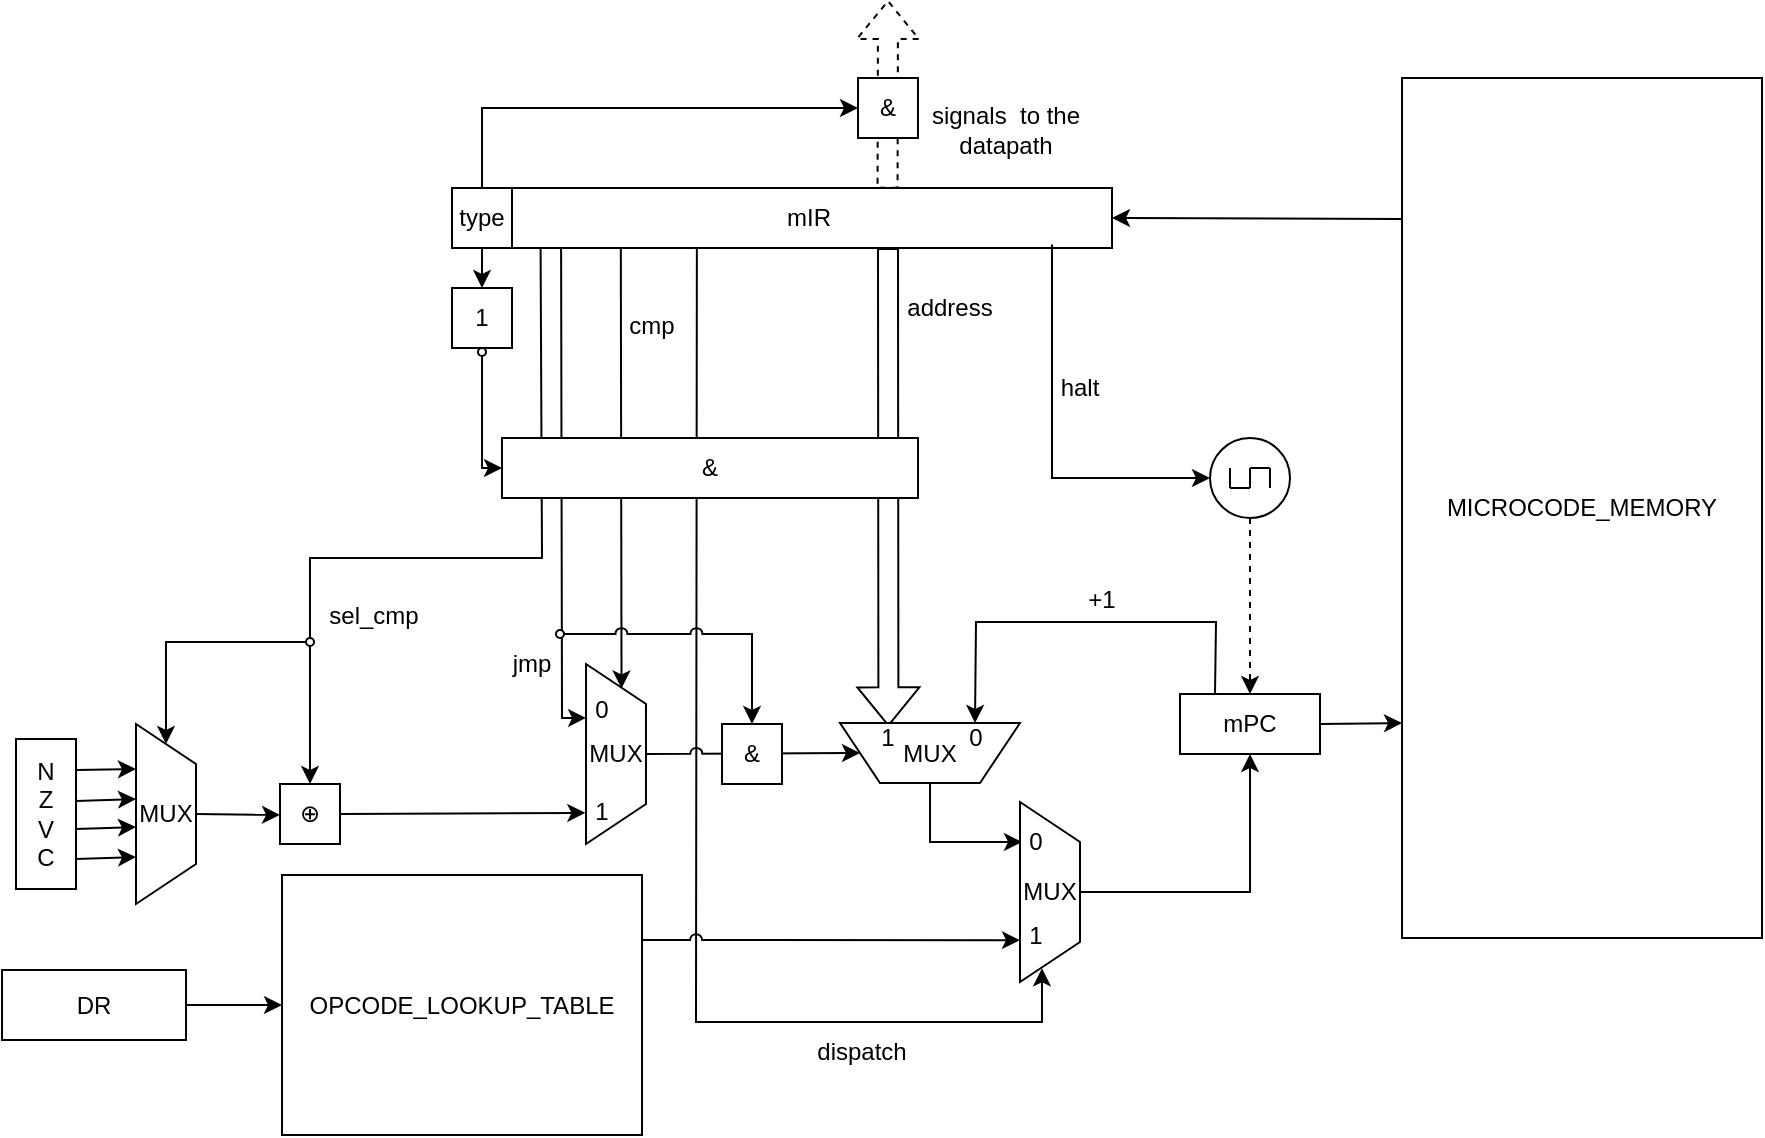
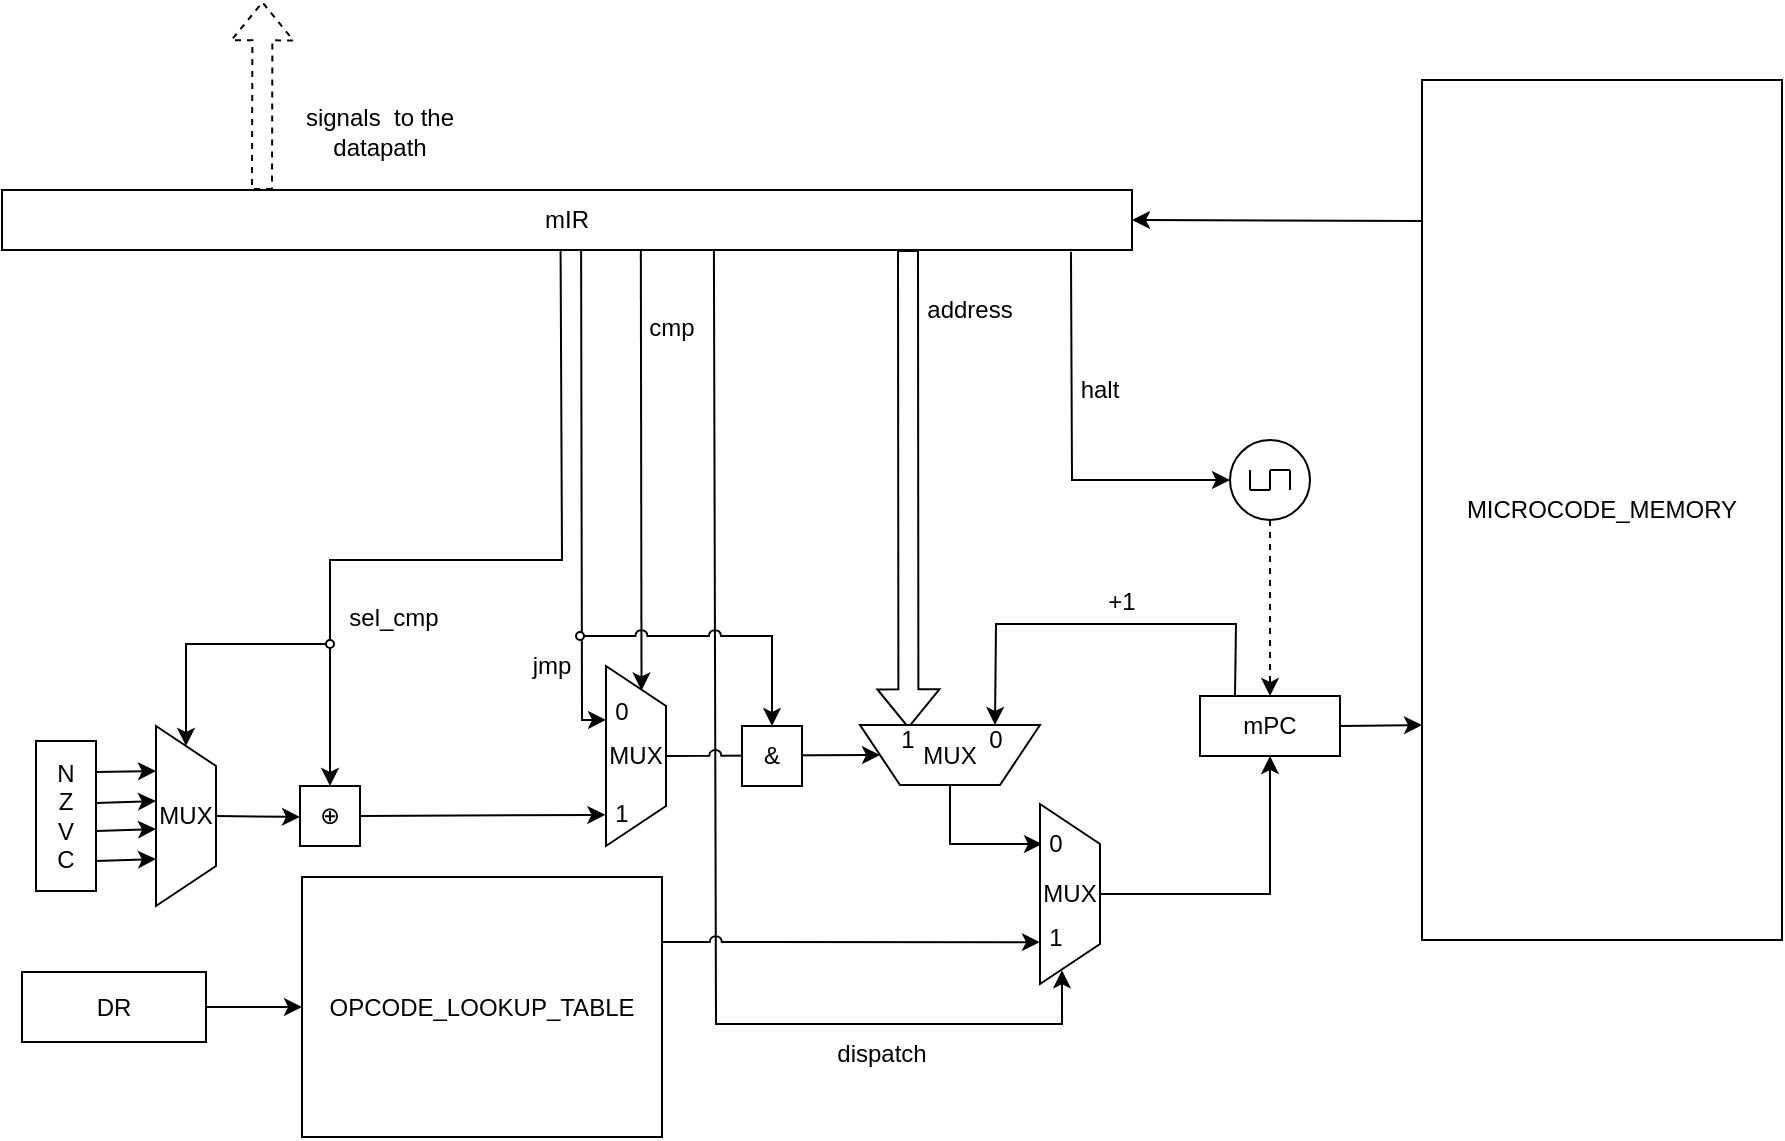
<mxfile host="Electron" agent="Mozilla/5.0 (X11; Linux x86_64) AppleWebKit/537.36 (KHTML, like Gecko) Chrome/136.0.0.0 Safari/537.36">
  <diagram name="Страница — 1" id="IUHHUsOvhiQDS1XtrzDv">
-     <mxGraphModel dx="1898" dy="1812" grid="1" gridSize="10" guides="1" tooltips="1" connect="1" arrows="1" fold="1" page="1" pageScale="1" pageWidth="827" pageHeight="1169" math="0" shadow="0">
+     <mxGraphModel dx="1787" dy="1746" grid="1" gridSize="10" guides="1" tooltips="1" connect="1" arrows="1" fold="1" page="1" pageScale="1" pageWidth="827" pageHeight="1169" math="0" shadow="0">
      <root>
        <mxCell id="0" />
        <mxCell id="1" parent="0" />
        <mxCell id="UMDEijwKjBP0KrCOsV-c-69" edge="1" parent="1" style="endArrow=classic;html=1;rounded=0;entryX=0.102;entryY=0.649;entryDx=0;entryDy=0;entryPerimeter=0;exitX=0.137;exitY=1.015;exitDx=0;exitDy=0;exitPerimeter=0;" target="UMDEijwKjBP0KrCOsV-c-86" value="">
          <mxGeometry height="50" relative="1" width="50" as="geometry">
            <Array as="points">
              <mxPoint x="80" y="-750" />
            </Array>
            <mxPoint x="79.55236999999966" y="-984.5500000000001" as="sourcePoint" />
            <mxPoint x="84" y="-864.5" as="targetPoint" />
          </mxGeometry>
        </mxCell>
-         <mxCell id="UMDEijwKjBP0KrCOsV-c-75" edge="1" parent="1" source="UMDEijwKjBP0KrCOsV-c-3" style="endArrow=classic;html=1;rounded=0;exitX=0.315;exitY=0.965;exitDx=0;exitDy=0;exitPerimeter=0;entryX=0.649;entryY=1.038;entryDx=0;entryDy=0;entryPerimeter=0;" target="UMDEijwKjBP0KrCOsV-c-89" value="">
+         <mxCell id="UMDEijwKjBP0KrCOsV-c-75" edge="1" parent="1" source="UMDEijwKjBP0KrCOsV-c-3" style="endArrow=classic;html=1;rounded=0;exitX=0.63;exitY=0.967;exitDx=0;exitDy=0;exitPerimeter=0;entryX=0.649;entryY=1.038;entryDx=0;entryDy=0;entryPerimeter=0;" target="UMDEijwKjBP0KrCOsV-c-89" value="">
          <mxGeometry height="50" relative="1" width="50" as="geometry">
            <Array as="points">
              <mxPoint x="147" y="-598" />
              <mxPoint x="320" y="-598" />
            </Array>
            <mxPoint x="146.98329999999987" y="-803" as="sourcePoint" />
            <mxPoint x="322.0000000000002" y="-559.08" as="targetPoint" />
          </mxGeometry>
        </mxCell>
        <mxCell id="UMDEijwKjBP0KrCOsV-c-66" edge="1" parent="1" style="endArrow=classic;html=1;rounded=0;exitX=0.091;exitY=1.013;exitDx=0;exitDy=0;exitPerimeter=0;entryX=0.5;entryY=0;entryDx=0;entryDy=0;movable=1;resizable=1;rotatable=1;deletable=1;editable=1;locked=0;connectable=1;" target="UMDEijwKjBP0KrCOsV-c-55" value="">
          <mxGeometry height="50" relative="1" width="50" as="geometry">
            <Array as="points">
              <mxPoint x="70" y="-830" />
              <mxPoint x="-46" y="-830" />
            </Array>
            <mxPoint x="69.29390999999987" y="-984.61" as="sourcePoint" />
            <mxPoint x="119" y="-910" as="targetPoint" />
          </mxGeometry>
        </mxCell>
        <mxCell id="UMDEijwKjBP0KrCOsV-c-38" edge="1" parent="1" style="endArrow=classic;html=1;rounded=0;exitX=0.105;exitY=0.998;exitDx=0;exitDy=0;exitPerimeter=0;entryX=0.136;entryY=0.408;entryDx=0;entryDy=0;entryPerimeter=0;" target="UMDEijwKjBP0KrCOsV-c-52" value="">
          <mxGeometry height="50" relative="1" width="50" as="geometry">
            <mxPoint x="109.41604999999981" y="-985.06" as="sourcePoint" />
            <mxPoint x="109" y="-890" as="targetPoint" />
          </mxGeometry>
        </mxCell>
        <mxCell id="UMDEijwKjBP0KrCOsV-c-1" parent="1" style="whiteSpace=wrap;html=1;" value="mPC" vertex="1">
          <mxGeometry height="30" width="70" x="389" y="-762" as="geometry" />
        </mxCell>
        <mxCell id="UMDEijwKjBP0KrCOsV-c-2" parent="1" style="rounded=0;whiteSpace=wrap;html=1;" value="MICROCODE_MEMORY" vertex="1">
          <mxGeometry height="430" width="180" x="500" y="-1070" as="geometry" />
        </mxCell>
        <mxCell id="UMDEijwKjBP0KrCOsV-c-3" parent="1" style="whiteSpace=wrap;html=1;" value="mIR" vertex="1">
-           <mxGeometry height="30" width="303.01" x="51.99" y="-1015" as="geometry" />
+           <mxGeometry height="30" width="565" x="-210" y="-1015" as="geometry" />
        </mxCell>
        <mxCell id="UMDEijwKjBP0KrCOsV-c-4" edge="1" parent="1" source="UMDEijwKjBP0KrCOsV-c-2" style="endArrow=classic;html=1;rounded=0;exitX=0.003;exitY=0.164;exitDx=0;exitDy=0;entryX=1;entryY=0.5;entryDx=0;entryDy=0;exitPerimeter=0;" target="UMDEijwKjBP0KrCOsV-c-3" value="">
          <mxGeometry height="50" relative="1" width="50" as="geometry">
            <mxPoint x="410" y="-950" as="sourcePoint" />
            <mxPoint x="460" y="-1000" as="targetPoint" />
          </mxGeometry>
        </mxCell>
        <mxCell id="UMDEijwKjBP0KrCOsV-c-5" edge="1" parent="1" source="UMDEijwKjBP0KrCOsV-c-1" style="endArrow=classic;html=1;rounded=0;exitX=1;exitY=0.5;exitDx=0;exitDy=0;entryX=0;entryY=0.75;entryDx=0;entryDy=0;" target="UMDEijwKjBP0KrCOsV-c-2" value="">
          <mxGeometry height="50" relative="1" width="50" as="geometry">
            <mxPoint x="350" y="-840" as="sourcePoint" />
            <mxPoint x="400" y="-890" as="targetPoint" />
          </mxGeometry>
        </mxCell>
        <mxCell id="UMDEijwKjBP0KrCOsV-c-7" edge="1" parent="1" style="shape=flexArrow;endArrow=classic;html=1;rounded=0;exitX=0.842;exitY=0.011;exitDx=0;exitDy=0;dashed=1;exitPerimeter=0;" value="">
          <mxGeometry height="50" relative="1" width="50" as="geometry">
-             <mxPoint x="242.7744200000002" y="-1014.6700000000001" as="sourcePoint" />
-             <mxPoint x="243" y="-1109" as="targetPoint" />
+             <mxPoint x="-79.99557999999982" y="-1015.0000000000001" as="sourcePoint" />
+             <mxPoint x="-79.77000000000001" y="-1109.33" as="targetPoint" />
          </mxGeometry>
        </mxCell>
        <mxCell id="UMDEijwKjBP0KrCOsV-c-8" parent="1" style="text;html=1;whiteSpace=wrap;strokeColor=none;fillColor=none;align=center;verticalAlign=middle;rounded=0;" value="signals&amp;nbsp; to the datapath" vertex="1">
-           <mxGeometry height="30" width="106" x="249" y="-1059" as="geometry" />
-         </mxCell>
-         <mxCell id="UMDEijwKjBP0KrCOsV-c-21" parent="1" style="whiteSpace=wrap;html=1;" value="type" vertex="1">
-           <mxGeometry height="30" width="30" x="25" y="-1015" as="geometry" />
-         </mxCell>
-         <mxCell id="UMDEijwKjBP0KrCOsV-c-22" edge="1" parent="1" source="UMDEijwKjBP0KrCOsV-c-21" style="endArrow=classic;html=1;rounded=0;exitX=0.5;exitY=1;exitDx=0;exitDy=0;entryX=0.5;entryY=0;entryDx=0;entryDy=0;" target="UMDEijwKjBP0KrCOsV-c-28" value="">
-           <mxGeometry height="50" relative="1" width="50" as="geometry">
-             <mxPoint x="-42" y="-985" as="sourcePoint" />
-             <mxPoint x="40" y="-950" as="targetPoint" />
-           </mxGeometry>
-         </mxCell>
-         <mxCell id="UMDEijwKjBP0KrCOsV-c-24" parent="1" style="whiteSpace=wrap;html=1;" value="&amp;amp;" vertex="1">
-           <mxGeometry height="30" width="30" x="228" y="-1070" as="geometry" />
-         </mxCell>
-         <mxCell id="UMDEijwKjBP0KrCOsV-c-25" edge="1" parent="1" source="UMDEijwKjBP0KrCOsV-c-21" style="endArrow=classic;html=1;rounded=0;exitX=0.5;exitY=0;exitDx=0;exitDy=0;entryX=0;entryY=0.5;entryDx=0;entryDy=0;" target="UMDEijwKjBP0KrCOsV-c-24" value="">
-           <mxGeometry height="50" relative="1" width="50" as="geometry">
-             <Array as="points">
-               <mxPoint x="40" y="-1055" />
-             </Array>
-             <mxPoint x="260" y="-1030" as="sourcePoint" />
-             <mxPoint x="260" y="-985" as="targetPoint" />
-           </mxGeometry>
-         </mxCell>
-         <mxCell id="UMDEijwKjBP0KrCOsV-c-30" connectable="0" parent="1" style="group" value="" vertex="1">
-           <mxGeometry height="34" width="30" x="25" y="-965" as="geometry" />
-         </mxCell>
-         <mxCell id="UMDEijwKjBP0KrCOsV-c-28" parent="UMDEijwKjBP0KrCOsV-c-30" style="whiteSpace=wrap;html=1;" value="1" vertex="1">
-           <mxGeometry height="30" width="30" as="geometry" />
-         </mxCell>
-         <mxCell id="UMDEijwKjBP0KrCOsV-c-29" parent="UMDEijwKjBP0KrCOsV-c-30" style="ellipse;whiteSpace=wrap;html=1;aspect=fixed;fillColor=none;" value="" vertex="1">
-           <mxGeometry height="4" width="4" x="13" y="30" as="geometry" />
+           <mxGeometry height="30" width="106" x="-73.77000000000001" y="-1059.33" as="geometry" />
        </mxCell>
        <mxCell id="UMDEijwKjBP0KrCOsV-c-32" parent="1" style="rounded=0;whiteSpace=wrap;html=1;direction=south;" value="N&lt;br&gt;Z&lt;br&gt;V&lt;br&gt;C" vertex="1">
          <mxGeometry height="75" width="30" x="-193" y="-739.5" as="geometry" />
        </mxCell>
        <mxCell id="UMDEijwKjBP0KrCOsV-c-35" edge="1" parent="1" style="shape=flexArrow;endArrow=classic;html=1;rounded=0;entryX=0.731;entryY=0.944;entryDx=0;entryDy=0;entryPerimeter=0;" target="UMDEijwKjBP0KrCOsV-c-46" value="">
          <mxGeometry height="50" relative="1" width="50" as="geometry">
            <mxPoint x="243" y="-985" as="sourcePoint" />
            <mxPoint x="243" y="-860" as="targetPoint" />
          </mxGeometry>
        </mxCell>
-         <mxCell id="UMDEijwKjBP0KrCOsV-c-26" parent="1" style="whiteSpace=wrap;html=1;" value="&amp;amp;" vertex="1">
-           <mxGeometry height="30" width="208.01" x="50" y="-890" as="geometry" />
-         </mxCell>
        <mxCell id="UMDEijwKjBP0KrCOsV-c-40" parent="1" style="shape=trapezoid;perimeter=trapezoidPerimeter;whiteSpace=wrap;html=1;fixedSize=1;direction=east;rotation=90;horizontal=0;" value="MUX" vertex="1">
          <mxGeometry height="30" width="90" x="-163" y="-717" as="geometry" />
        </mxCell>
        <mxCell id="UMDEijwKjBP0KrCOsV-c-41" edge="1" parent="1" source="UMDEijwKjBP0KrCOsV-c-32" style="endArrow=classic;html=1;rounded=0;exitX=0.207;exitY=-0.001;exitDx=0;exitDy=0;exitPerimeter=0;entryX=0.25;entryY=1;entryDx=0;entryDy=0;" target="UMDEijwKjBP0KrCOsV-c-40" value="">
          <mxGeometry height="50" relative="1" width="50" as="geometry">
            <mxPoint x="-23" y="-589.5" as="sourcePoint" />
            <mxPoint x="27" y="-639.5" as="targetPoint" />
          </mxGeometry>
        </mxCell>
        <mxCell id="UMDEijwKjBP0KrCOsV-c-42" edge="1" parent="1" style="endArrow=classic;html=1;rounded=0;exitX=0.207;exitY=-0.001;exitDx=0;exitDy=0;exitPerimeter=0;entryX=0.25;entryY=1;entryDx=0;entryDy=0;" value="">
          <mxGeometry height="50" relative="1" width="50" as="geometry">
            <mxPoint x="-163" y="-708.5" as="sourcePoint" />
            <mxPoint x="-133" y="-709.5" as="targetPoint" />
          </mxGeometry>
        </mxCell>
        <mxCell id="UMDEijwKjBP0KrCOsV-c-43" edge="1" parent="1" style="endArrow=classic;html=1;rounded=0;exitX=0.207;exitY=-0.001;exitDx=0;exitDy=0;exitPerimeter=0;entryX=0.25;entryY=1;entryDx=0;entryDy=0;" value="">
          <mxGeometry height="50" relative="1" width="50" as="geometry">
            <mxPoint x="-163" y="-694.5" as="sourcePoint" />
            <mxPoint x="-133" y="-695.5" as="targetPoint" />
          </mxGeometry>
        </mxCell>
        <mxCell id="UMDEijwKjBP0KrCOsV-c-44" edge="1" parent="1" style="endArrow=classic;html=1;rounded=0;exitX=0.207;exitY=-0.001;exitDx=0;exitDy=0;exitPerimeter=0;entryX=0.25;entryY=1;entryDx=0;entryDy=0;" value="">
          <mxGeometry height="50" relative="1" width="50" as="geometry">
            <mxPoint x="-163" y="-679.5" as="sourcePoint" />
            <mxPoint x="-133" y="-680.5" as="targetPoint" />
          </mxGeometry>
        </mxCell>
        <mxCell id="UMDEijwKjBP0KrCOsV-c-45" edge="1" parent="1" source="UMDEijwKjBP0KrCOsV-c-40" style="endArrow=classic;html=1;rounded=0;exitX=0.5;exitY=0;exitDx=0;exitDy=0;" value="">
          <mxGeometry height="50" relative="1" width="50" as="geometry">
            <mxPoint x="-41" y="-697.5" as="sourcePoint" />
            <mxPoint x="-61" y="-701.5" as="targetPoint" />
          </mxGeometry>
        </mxCell>
        <mxCell id="UMDEijwKjBP0KrCOsV-c-46" parent="1" style="shape=trapezoid;perimeter=trapezoidPerimeter;whiteSpace=wrap;html=1;fixedSize=1;direction=south;rotation=90;horizontal=0;" value="MUX" vertex="1">
          <mxGeometry height="90" width="30" x="249" y="-777.5" as="geometry" />
        </mxCell>
        <mxCell id="UMDEijwKjBP0KrCOsV-c-48" edge="1" parent="1" source="UMDEijwKjBP0KrCOsV-c-1" style="endArrow=classic;html=1;rounded=0;entryX=0.25;entryY=1;entryDx=0;entryDy=0;exitX=0.25;exitY=0;exitDx=0;exitDy=0;" target="UMDEijwKjBP0KrCOsV-c-46" value="">
          <mxGeometry height="50" relative="1" width="50" as="geometry">
            <Array as="points">
              <mxPoint x="407" y="-798" />
              <mxPoint x="287" y="-798" />
            </Array>
            <mxPoint x="287" y="-788" as="sourcePoint" />
            <mxPoint x="280" y="-788" as="targetPoint" />
          </mxGeometry>
        </mxCell>
        <mxCell id="UMDEijwKjBP0KrCOsV-c-50" parent="1" style="text;html=1;whiteSpace=wrap;strokeColor=none;fillColor=none;align=center;verticalAlign=middle;rounded=0;" value="+1" vertex="1">
          <mxGeometry height="30" width="60" x="320" y="-824" as="geometry" />
        </mxCell>
        <mxCell id="UMDEijwKjBP0KrCOsV-c-51" edge="1" parent="1" source="UMDEijwKjBP0KrCOsV-c-46" style="endArrow=classic;html=1;rounded=0;exitX=0.5;exitY=0;exitDx=0;exitDy=0;" value="">
          <mxGeometry height="50" relative="1" width="50" as="geometry">
            <Array as="points">
              <mxPoint x="264" y="-688" />
            </Array>
            <mxPoint x="280" y="-758" as="sourcePoint" />
            <mxPoint x="310" y="-688" as="targetPoint" />
          </mxGeometry>
        </mxCell>
        <mxCell id="UMDEijwKjBP0KrCOsV-c-52" parent="1" style="shape=trapezoid;perimeter=trapezoidPerimeter;whiteSpace=wrap;html=1;fixedSize=1;direction=east;rotation=90;horizontal=0;" value="MUX" vertex="1">
          <mxGeometry height="30" width="90" x="62" y="-747" as="geometry" />
        </mxCell>
        <mxCell id="UMDEijwKjBP0KrCOsV-c-61" edge="1" parent="1" source="UMDEijwKjBP0KrCOsV-c-55" style="endArrow=classic;html=1;rounded=0;exitX=1;exitY=0.5;exitDx=0;exitDy=0;entryX=0.827;entryY=1.011;entryDx=0;entryDy=0;entryPerimeter=0;movable=1;resizable=1;rotatable=1;deletable=1;editable=1;locked=0;connectable=1;" target="UMDEijwKjBP0KrCOsV-c-52" value="">
          <mxGeometry height="50" relative="1" width="50" as="geometry">
            <mxPoint x="-26.999999999965667" y="-702" as="sourcePoint" />
            <mxPoint x="75.36999999999989" y="-702.23" as="targetPoint" />
          </mxGeometry>
        </mxCell>
        <mxCell id="UMDEijwKjBP0KrCOsV-c-62" parent="1" style="ellipse;whiteSpace=wrap;html=1;aspect=fixed;fillColor=light-dark(#FFFFFF,#FFFFFF);" value="" vertex="1">
          <mxGeometry height="4" width="4" x="-48" y="-790" as="geometry" />
        </mxCell>
        <mxCell id="UMDEijwKjBP0KrCOsV-c-64" edge="1" parent="1" source="UMDEijwKjBP0KrCOsV-c-62" style="endArrow=classic;html=1;rounded=0;exitX=0;exitY=0.5;exitDx=0;exitDy=0;entryX=0;entryY=0.5;entryDx=0;entryDy=0;" target="UMDEijwKjBP0KrCOsV-c-40" value="">
          <mxGeometry height="50" relative="1" width="50" as="geometry">
            <Array as="points">
              <mxPoint x="-118" y="-788" />
            </Array>
            <mxPoint x="-33" y="-804" as="sourcePoint" />
            <mxPoint x="-93" y="-791" as="targetPoint" />
          </mxGeometry>
        </mxCell>
        <mxCell id="UMDEijwKjBP0KrCOsV-c-65" edge="1" parent="1" source="UMDEijwKjBP0KrCOsV-c-52" style="endArrow=classic;html=1;rounded=0;entryX=1;entryY=0.5;entryDx=0;entryDy=0;exitX=0.5;exitY=0;exitDx=0;exitDy=0;jumpStyle=arc;" target="UMDEijwKjBP0KrCOsV-c-46" value="">
          <mxGeometry height="50" relative="1" width="50" as="geometry">
            <mxPoint x="120" y="-738" as="sourcePoint" />
            <mxPoint x="170" y="-788" as="targetPoint" />
          </mxGeometry>
        </mxCell>
        <mxCell id="UMDEijwKjBP0KrCOsV-c-71" parent="1" style="text;html=1;whiteSpace=wrap;strokeColor=none;fillColor=none;align=center;verticalAlign=middle;rounded=0;" value="jmp" vertex="1">
          <mxGeometry height="30" width="60" x="35" y="-792" as="geometry" />
        </mxCell>
        <mxCell id="UMDEijwKjBP0KrCOsV-c-72" parent="1" style="text;html=1;whiteSpace=wrap;strokeColor=none;fillColor=none;align=center;verticalAlign=middle;rounded=0;" value="sel_cmp" vertex="1">
          <mxGeometry height="30" width="60" x="-44" y="-816" as="geometry" />
        </mxCell>
        <mxCell id="UMDEijwKjBP0KrCOsV-c-73" parent="1" style="text;html=1;whiteSpace=wrap;strokeColor=none;fillColor=none;align=center;verticalAlign=middle;rounded=0;" value="address" vertex="1">
          <mxGeometry height="30" width="60" x="244" y="-970" as="geometry" />
        </mxCell>
        <mxCell id="UMDEijwKjBP0KrCOsV-c-74" parent="1" style="rounded=0;whiteSpace=wrap;html=1;" value="OPCODE_LOOKUP_TABLE" vertex="1">
          <mxGeometry height="130" width="180" x="-60" y="-671.5" as="geometry" />
        </mxCell>
        <mxCell id="UMDEijwKjBP0KrCOsV-c-76" parent="1" style="text;html=1;whiteSpace=wrap;strokeColor=none;fillColor=none;align=center;verticalAlign=middle;rounded=0;" value="&lt;div&gt;dispatch&lt;/div&gt;" vertex="1">
          <mxGeometry height="30" width="60" x="200" y="-598" as="geometry" />
        </mxCell>
        <mxCell id="UMDEijwKjBP0KrCOsV-c-77" parent="1" style="shape=trapezoid;perimeter=trapezoidPerimeter;whiteSpace=wrap;html=1;fixedSize=1;direction=east;rotation=90;horizontal=0;" value="MUX" vertex="1">
          <mxGeometry height="30" width="90" x="279" y="-678" as="geometry" />
        </mxCell>
        <mxCell id="UMDEijwKjBP0KrCOsV-c-78" edge="1" parent="1" source="UMDEijwKjBP0KrCOsV-c-74" style="endArrow=classic;html=1;rounded=0;exitX=1;exitY=0.25;exitDx=0;exitDy=0;jumpStyle=arc;entryX=0.099;entryY=0.569;entryDx=0;entryDy=0;entryPerimeter=0;" target="UMDEijwKjBP0KrCOsV-c-89" value="">
          <mxGeometry height="50" relative="1" width="50" as="geometry">
            <mxPoint x="120" y="-628" as="sourcePoint" />
            <mxPoint x="290" y="-639" as="targetPoint" />
          </mxGeometry>
        </mxCell>
        <mxCell id="UMDEijwKjBP0KrCOsV-c-79" edge="1" parent="1" source="UMDEijwKjBP0KrCOsV-c-80" style="endArrow=classic;html=1;rounded=0;entryX=0;entryY=0.5;entryDx=0;entryDy=0;exitX=1;exitY=0.5;exitDx=0;exitDy=0;" target="UMDEijwKjBP0KrCOsV-c-74" value="">
          <mxGeometry height="50" relative="1" width="50" as="geometry">
            <mxPoint x="-200" y="-606" as="sourcePoint" />
            <mxPoint x="10" y="-648" as="targetPoint" />
          </mxGeometry>
        </mxCell>
        <mxCell id="UMDEijwKjBP0KrCOsV-c-80" parent="1" style="rounded=0;whiteSpace=wrap;html=1;" value="DR" vertex="1">
          <mxGeometry height="35" width="92" x="-200" y="-624" as="geometry" />
        </mxCell>
        <mxCell id="UMDEijwKjBP0KrCOsV-c-81" edge="1" parent="1" source="UMDEijwKjBP0KrCOsV-c-77" style="endArrow=classic;html=1;rounded=0;entryX=0.5;entryY=1;entryDx=0;entryDy=0;exitX=0.5;exitY=0;exitDx=0;exitDy=0;" target="UMDEijwKjBP0KrCOsV-c-1" value="">
          <mxGeometry height="50" relative="1" width="50" as="geometry">
            <Array as="points">
              <mxPoint x="424" y="-663" />
            </Array>
            <mxPoint x="310" y="-528" as="sourcePoint" />
            <mxPoint x="360" y="-578" as="targetPoint" />
          </mxGeometry>
        </mxCell>
        <mxCell id="UMDEijwKjBP0KrCOsV-c-83" parent="1" style="text;html=1;whiteSpace=wrap;strokeColor=none;fillColor=none;align=center;verticalAlign=middle;rounded=0;" value="1" vertex="1">
          <mxGeometry height="30" width="20" x="90" y="-718" as="geometry" />
        </mxCell>
        <mxCell id="UMDEijwKjBP0KrCOsV-c-84" parent="1" style="text;html=1;whiteSpace=wrap;strokeColor=none;fillColor=none;align=center;verticalAlign=middle;rounded=0;" value="cmp" vertex="1">
          <mxGeometry height="30" width="60" x="95" y="-961" as="geometry" />
        </mxCell>
        <mxCell id="UMDEijwKjBP0KrCOsV-c-86" parent="1" style="text;html=1;whiteSpace=wrap;strokeColor=none;fillColor=none;align=center;verticalAlign=middle;rounded=0;" value="0" vertex="1">
          <mxGeometry height="30" width="20" x="90" y="-769.5" as="geometry" />
        </mxCell>
        <mxCell id="UMDEijwKjBP0KrCOsV-c-87" parent="1" style="text;html=1;whiteSpace=wrap;strokeColor=none;fillColor=none;align=center;verticalAlign=middle;rounded=0;" value="0" vertex="1">
          <mxGeometry height="16" width="20" x="277" y="-748" as="geometry" />
        </mxCell>
        <mxCell id="UMDEijwKjBP0KrCOsV-c-88" parent="1" style="text;html=1;whiteSpace=wrap;strokeColor=none;fillColor=none;align=center;verticalAlign=middle;rounded=0;" value="1" vertex="1">
          <mxGeometry height="16" width="20" x="233.01" y="-748" as="geometry" />
        </mxCell>
        <mxCell id="UMDEijwKjBP0KrCOsV-c-89" parent="1" style="text;html=1;whiteSpace=wrap;strokeColor=none;fillColor=none;align=center;verticalAlign=middle;rounded=0;" value="1" vertex="1">
          <mxGeometry height="30" width="20" x="307.01" y="-656" as="geometry" />
        </mxCell>
        <mxCell id="UMDEijwKjBP0KrCOsV-c-90" parent="1" style="text;html=1;whiteSpace=wrap;strokeColor=none;fillColor=none;align=center;verticalAlign=middle;rounded=0;" value="0" vertex="1">
          <mxGeometry height="30" width="20" x="307" y="-703" as="geometry" />
        </mxCell>
        <mxCell id="UMDEijwKjBP0KrCOsV-c-54" connectable="0" parent="1" style="group;direction=east;" value="" vertex="1">
          <mxGeometry height="34" width="30" x="-61" y="-717" as="geometry" />
        </mxCell>
        <mxCell id="UMDEijwKjBP0KrCOsV-c-55" parent="UMDEijwKjBP0KrCOsV-c-54" style="whiteSpace=wrap;html=1;" value="⊕" vertex="1">
          <mxGeometry height="30" width="30" as="geometry" />
        </mxCell>
        <mxCell id="h1i_srdHn8sbLIJ9QBDX-2" parent="1" style="whiteSpace=wrap;html=1;" value="&amp;amp;" vertex="1">
          <mxGeometry height="30" width="30" x="160" y="-747" as="geometry" />
        </mxCell>
        <mxCell id="h1i_srdHn8sbLIJ9QBDX-3" parent="1" style="ellipse;whiteSpace=wrap;html=1;aspect=fixed;fillColor=light-dark(#FFFFFF,#FFFFFF);" value="" vertex="1">
          <mxGeometry height="4" width="4" x="77" y="-794" as="geometry" />
        </mxCell>
        <mxCell id="h1i_srdHn8sbLIJ9QBDX-4" edge="1" parent="1" source="h1i_srdHn8sbLIJ9QBDX-3" style="endArrow=classic;html=1;rounded=0;exitX=1;exitY=0.5;exitDx=0;exitDy=0;entryX=0.5;entryY=0;entryDx=0;entryDy=0;jumpStyle=arc;" target="h1i_srdHn8sbLIJ9QBDX-2" value="">
          <mxGeometry height="50" relative="1" width="50" as="geometry">
            <Array as="points">
              <mxPoint x="175" y="-792" />
            </Array>
            <mxPoint x="90" y="-778" as="sourcePoint" />
            <mxPoint x="140" y="-828" as="targetPoint" />
          </mxGeometry>
        </mxCell>
-         <mxCell id="9kTKnAVGMfVhTfJ6sCg0-2" edge="1" parent="1" source="UMDEijwKjBP0KrCOsV-c-29" style="endArrow=classic;html=1;rounded=0;exitX=0.5;exitY=1;exitDx=0;exitDy=0;entryX=0;entryY=0.5;entryDx=0;entryDy=0;" target="UMDEijwKjBP0KrCOsV-c-26" value="">
-           <mxGeometry height="50" relative="1" width="50" as="geometry">
-             <Array as="points">
-               <mxPoint x="40" y="-875" />
-             </Array>
-             <mxPoint y="-920" as="sourcePoint" />
-             <mxPoint x="40" y="-900" as="targetPoint" />
-           </mxGeometry>
-         </mxCell>
        <mxCell id="YCOcEUm0ce8C5M1Z1cSw-10" connectable="0" parent="1" style="group" value="" vertex="1">
          <mxGeometry height="40" width="40" x="404" y="-890" as="geometry" />
        </mxCell>
        <mxCell id="YCOcEUm0ce8C5M1Z1cSw-9" parent="YCOcEUm0ce8C5M1Z1cSw-10" style="ellipse;whiteSpace=wrap;html=1;aspect=fixed;" value="" vertex="1">
          <mxGeometry height="40" width="40" as="geometry" />
        </mxCell>
        <mxCell id="YCOcEUm0ce8C5M1Z1cSw-8" connectable="0" parent="YCOcEUm0ce8C5M1Z1cSw-10" style="group" value="" vertex="1">
          <mxGeometry height="10" width="20" x="10" y="15" as="geometry" />
        </mxCell>
        <mxCell id="YCOcEUm0ce8C5M1Z1cSw-2" edge="1" parent="YCOcEUm0ce8C5M1Z1cSw-8" style="endArrow=none;html=1;rounded=0;" value="">
          <mxGeometry height="50" relative="1" width="50" as="geometry">
            <mxPoint as="sourcePoint" />
            <mxPoint y="10" as="targetPoint" />
          </mxGeometry>
        </mxCell>
        <mxCell id="YCOcEUm0ce8C5M1Z1cSw-3" edge="1" parent="YCOcEUm0ce8C5M1Z1cSw-8" style="endArrow=none;html=1;rounded=0;" value="">
          <mxGeometry height="50" relative="1" width="50" as="geometry">
            <mxPoint y="10" as="sourcePoint" />
            <mxPoint x="10" y="10" as="targetPoint" />
          </mxGeometry>
        </mxCell>
        <mxCell id="YCOcEUm0ce8C5M1Z1cSw-4" edge="1" parent="YCOcEUm0ce8C5M1Z1cSw-8" style="endArrow=none;html=1;rounded=0;" value="">
          <mxGeometry height="50" relative="1" width="50" as="geometry">
            <mxPoint x="10" as="sourcePoint" />
            <mxPoint x="10" y="10" as="targetPoint" />
          </mxGeometry>
        </mxCell>
        <mxCell id="YCOcEUm0ce8C5M1Z1cSw-6" edge="1" parent="YCOcEUm0ce8C5M1Z1cSw-8" style="endArrow=none;html=1;rounded=0;" value="">
          <mxGeometry height="50" relative="1" width="50" as="geometry">
            <mxPoint x="10" as="sourcePoint" />
            <mxPoint x="20" as="targetPoint" />
          </mxGeometry>
        </mxCell>
        <mxCell id="YCOcEUm0ce8C5M1Z1cSw-7" edge="1" parent="YCOcEUm0ce8C5M1Z1cSw-8" style="endArrow=none;html=1;rounded=0;" value="">
          <mxGeometry height="50" relative="1" width="50" as="geometry">
            <mxPoint x="20" as="sourcePoint" />
            <mxPoint x="20" y="10" as="targetPoint" />
          </mxGeometry>
        </mxCell>
        <mxCell id="YCOcEUm0ce8C5M1Z1cSw-11" edge="1" parent="1" source="YCOcEUm0ce8C5M1Z1cSw-9" style="endArrow=classic;html=1;rounded=0;exitX=0.5;exitY=1;exitDx=0;exitDy=0;entryX=0.5;entryY=0;entryDx=0;entryDy=0;dashed=1;" target="UMDEijwKjBP0KrCOsV-c-1" value="">
          <mxGeometry height="50" relative="1" width="50" as="geometry">
            <mxPoint x="330" y="-840" as="sourcePoint" />
            <mxPoint x="380" y="-890" as="targetPoint" />
          </mxGeometry>
        </mxCell>
-         <mxCell id="YCOcEUm0ce8C5M1Z1cSw-12" edge="1" parent="1" source="UMDEijwKjBP0KrCOsV-c-3" style="endArrow=classic;html=1;rounded=0;exitX=0.901;exitY=0.942;exitDx=0;exitDy=0;exitPerimeter=0;entryX=0;entryY=0.5;entryDx=0;entryDy=0;" target="YCOcEUm0ce8C5M1Z1cSw-9" value="">
+         <mxCell id="YCOcEUm0ce8C5M1Z1cSw-12" edge="1" parent="1" source="UMDEijwKjBP0KrCOsV-c-3" style="endArrow=classic;html=1;rounded=0;exitX=0.946;exitY=1.028;exitDx=0;exitDy=0;exitPerimeter=0;entryX=0;entryY=0.5;entryDx=0;entryDy=0;" target="YCOcEUm0ce8C5M1Z1cSw-9" value="">
          <mxGeometry height="50" relative="1" width="50" as="geometry">
            <Array as="points">
              <mxPoint x="325" y="-870" />
            </Array>
            <mxPoint x="330" y="-840" as="sourcePoint" />
            <mxPoint x="380" y="-890" as="targetPoint" />
          </mxGeometry>
        </mxCell>
        <mxCell id="YCOcEUm0ce8C5M1Z1cSw-13" parent="1" style="text;html=1;whiteSpace=wrap;strokeColor=none;fillColor=none;align=center;verticalAlign=middle;rounded=0;" value="halt" vertex="1">
          <mxGeometry height="30" width="60" x="309" y="-930" as="geometry" />
        </mxCell>
      </root>
    </mxGraphModel>
  </diagram>
</mxfile>
